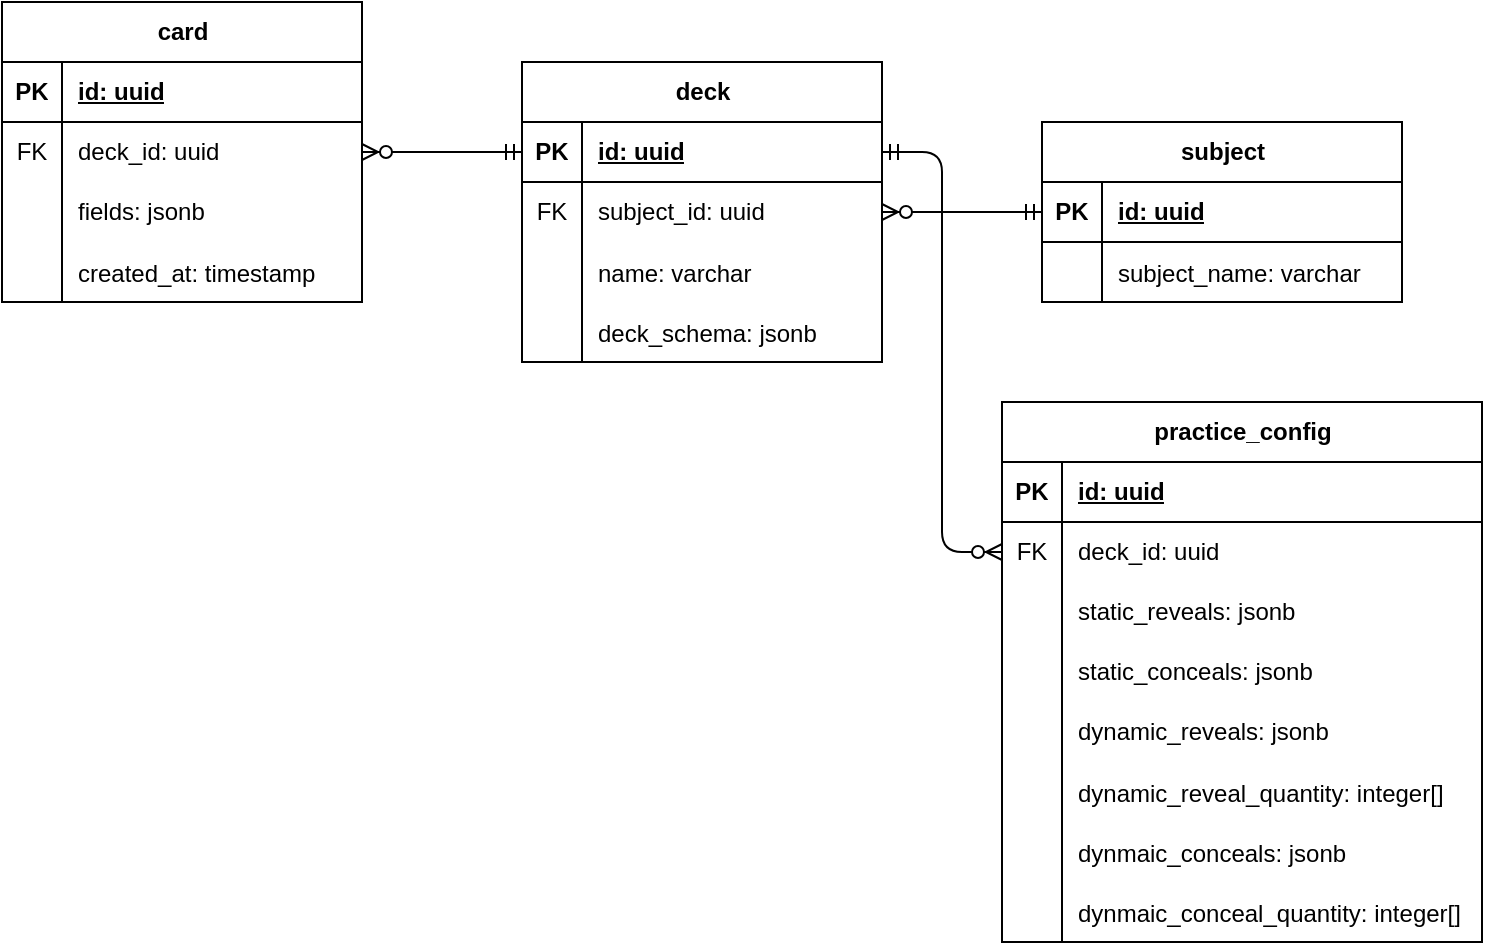
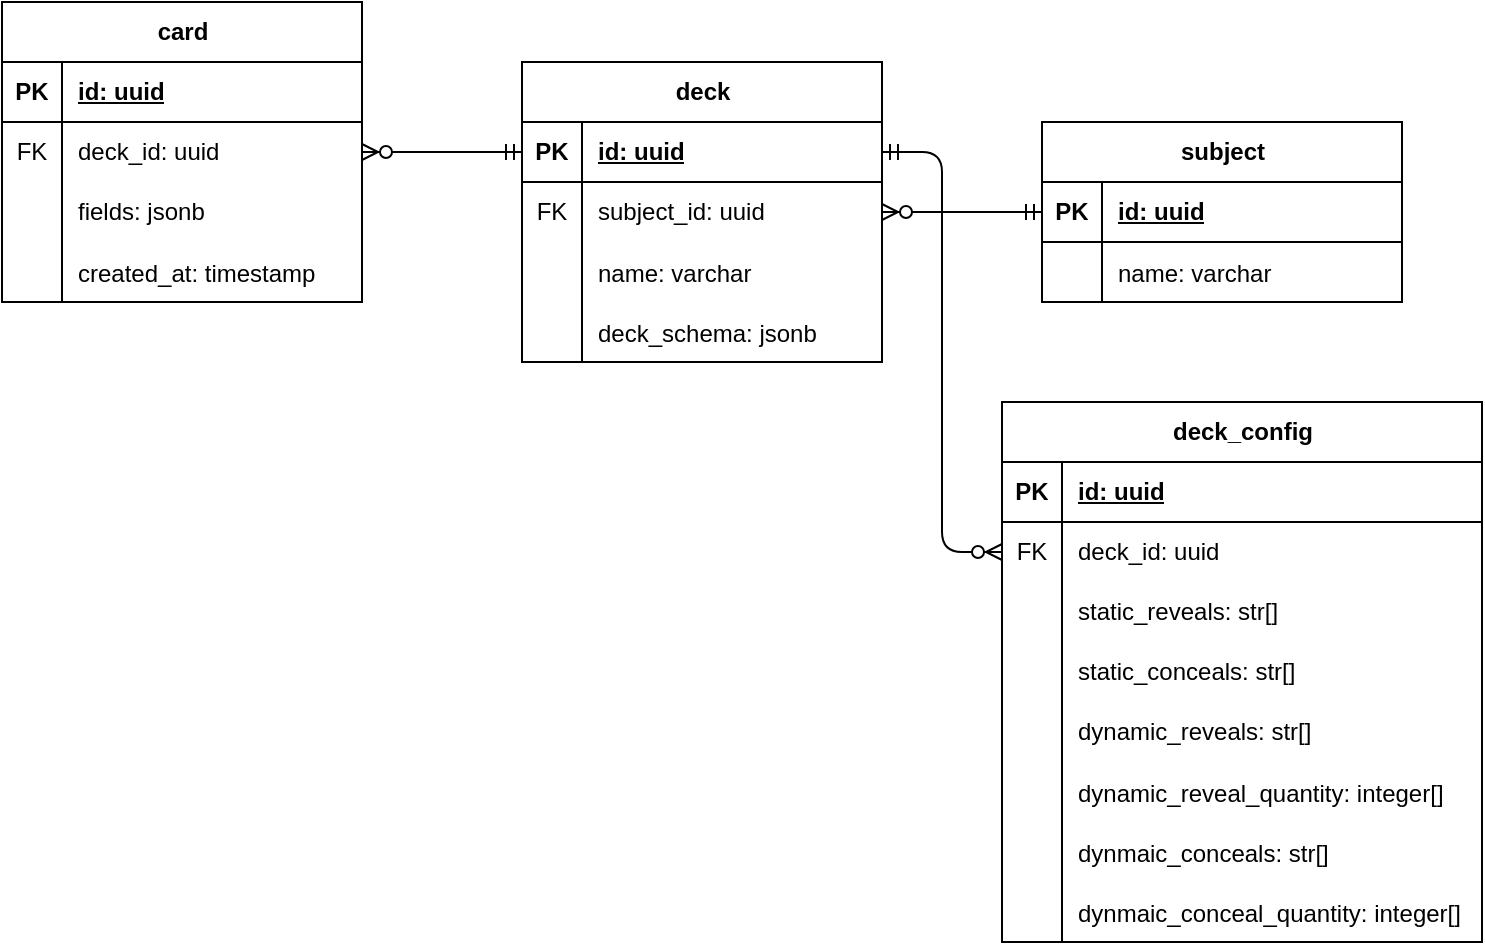
<mxfile host="65bd71144e">
    <diagram name="Page-1" id="E77Z4vSiBEVu_ntfNBje">
-         <mxGraphModel dx="786" dy="490" grid="1" gridSize="10" guides="1" tooltips="1" connect="1" arrows="1" fold="1" page="1" pageScale="1" pageWidth="850" pageHeight="1100" math="0" shadow="0">
+         <mxGraphModel dx="666" dy="395" grid="1" gridSize="10" guides="1" tooltips="1" connect="1" arrows="1" fold="1" page="1" pageScale="1" pageWidth="850" pageHeight="1100" math="0" shadow="0">
            <root>
                <mxCell id="0"/>
                <mxCell id="1" parent="0"/>
                <mxCell id="a0jAnDUGsL0N-l5X0XVK-1" value="card" style="shape=table;startSize=30;container=1;collapsible=1;childLayout=tableLayout;fixedRows=1;rowLines=0;fontStyle=1;align=center;resizeLast=1;html=1;" parent="1" vertex="1">
                    <mxGeometry y="80" width="180" height="150" as="geometry"/>
                </mxCell>
                <mxCell id="a0jAnDUGsL0N-l5X0XVK-2" value="" style="shape=tableRow;horizontal=0;startSize=0;swimlaneHead=0;swimlaneBody=0;fillColor=none;collapsible=0;dropTarget=0;points=[[0,0.5],[1,0.5]];portConstraint=eastwest;top=0;left=0;right=0;bottom=1;" parent="a0jAnDUGsL0N-l5X0XVK-1" vertex="1">
                    <mxGeometry y="30" width="180" height="30" as="geometry"/>
                </mxCell>
                <mxCell id="a0jAnDUGsL0N-l5X0XVK-3" value="PK" style="shape=partialRectangle;connectable=0;fillColor=none;top=0;left=0;bottom=0;right=0;fontStyle=1;overflow=hidden;whiteSpace=wrap;html=1;" parent="a0jAnDUGsL0N-l5X0XVK-2" vertex="1">
                    <mxGeometry width="30" height="30" as="geometry">
                        <mxRectangle width="30" height="30" as="alternateBounds"/>
                    </mxGeometry>
                </mxCell>
                <mxCell id="a0jAnDUGsL0N-l5X0XVK-4" value="id: uuid" style="shape=partialRectangle;connectable=0;fillColor=none;top=0;left=0;bottom=0;right=0;align=left;spacingLeft=6;fontStyle=5;overflow=hidden;whiteSpace=wrap;html=1;" parent="a0jAnDUGsL0N-l5X0XVK-2" vertex="1">
                    <mxGeometry x="30" width="150" height="30" as="geometry">
                        <mxRectangle width="150" height="30" as="alternateBounds"/>
                    </mxGeometry>
                </mxCell>
                <mxCell id="a0jAnDUGsL0N-l5X0XVK-39" value="" style="shape=tableRow;horizontal=0;startSize=0;swimlaneHead=0;swimlaneBody=0;fillColor=none;collapsible=0;dropTarget=0;points=[[0,0.5],[1,0.5]];portConstraint=eastwest;top=0;left=0;right=0;bottom=0;" parent="a0jAnDUGsL0N-l5X0XVK-1" vertex="1">
                    <mxGeometry y="60" width="180" height="30" as="geometry"/>
                </mxCell>
                <mxCell id="a0jAnDUGsL0N-l5X0XVK-40" value="FK" style="shape=partialRectangle;connectable=0;fillColor=none;top=0;left=0;bottom=0;right=0;fontStyle=0;overflow=hidden;whiteSpace=wrap;html=1;" parent="a0jAnDUGsL0N-l5X0XVK-39" vertex="1">
                    <mxGeometry width="30" height="30" as="geometry">
                        <mxRectangle width="30" height="30" as="alternateBounds"/>
                    </mxGeometry>
                </mxCell>
                <mxCell id="a0jAnDUGsL0N-l5X0XVK-41" value="deck_id: uuid" style="shape=partialRectangle;connectable=0;fillColor=none;top=0;left=0;bottom=0;right=0;align=left;spacingLeft=6;fontStyle=0;overflow=hidden;whiteSpace=wrap;html=1;" parent="a0jAnDUGsL0N-l5X0XVK-39" vertex="1">
                    <mxGeometry x="30" width="150" height="30" as="geometry">
                        <mxRectangle width="150" height="30" as="alternateBounds"/>
                    </mxGeometry>
                </mxCell>
                <mxCell id="a0jAnDUGsL0N-l5X0XVK-35" value="" style="shape=tableRow;horizontal=0;startSize=0;swimlaneHead=0;swimlaneBody=0;fillColor=none;collapsible=0;dropTarget=0;points=[[0,0.5],[1,0.5]];portConstraint=eastwest;top=0;left=0;right=0;bottom=0;" parent="a0jAnDUGsL0N-l5X0XVK-1" vertex="1">
                    <mxGeometry y="90" width="180" height="30" as="geometry"/>
                </mxCell>
                <mxCell id="a0jAnDUGsL0N-l5X0XVK-36" value="" style="shape=partialRectangle;connectable=0;fillColor=none;top=0;left=0;bottom=0;right=0;editable=1;overflow=hidden;whiteSpace=wrap;html=1;" parent="a0jAnDUGsL0N-l5X0XVK-35" vertex="1">
                    <mxGeometry width="30" height="30" as="geometry">
                        <mxRectangle width="30" height="30" as="alternateBounds"/>
                    </mxGeometry>
                </mxCell>
                <mxCell id="a0jAnDUGsL0N-l5X0XVK-37" value="fields: jsonb" style="shape=partialRectangle;connectable=0;fillColor=none;top=0;left=0;bottom=0;right=0;align=left;spacingLeft=6;overflow=hidden;whiteSpace=wrap;html=1;" parent="a0jAnDUGsL0N-l5X0XVK-35" vertex="1">
                    <mxGeometry x="30" width="150" height="30" as="geometry">
                        <mxRectangle width="150" height="30" as="alternateBounds"/>
                    </mxGeometry>
                </mxCell>
                <mxCell id="a0jAnDUGsL0N-l5X0XVK-70" value="" style="shape=tableRow;horizontal=0;startSize=0;swimlaneHead=0;swimlaneBody=0;fillColor=none;collapsible=0;dropTarget=0;points=[[0,0.5],[1,0.5]];portConstraint=eastwest;top=0;left=0;right=0;bottom=0;" parent="a0jAnDUGsL0N-l5X0XVK-1" vertex="1">
                    <mxGeometry y="120" width="180" height="30" as="geometry"/>
                </mxCell>
                <mxCell id="a0jAnDUGsL0N-l5X0XVK-71" value="" style="shape=partialRectangle;connectable=0;fillColor=none;top=0;left=0;bottom=0;right=0;editable=1;overflow=hidden;" parent="a0jAnDUGsL0N-l5X0XVK-70" vertex="1">
                    <mxGeometry width="30" height="30" as="geometry">
                        <mxRectangle width="30" height="30" as="alternateBounds"/>
                    </mxGeometry>
                </mxCell>
                <mxCell id="a0jAnDUGsL0N-l5X0XVK-72" value="created_at: timestamp" style="shape=partialRectangle;connectable=0;fillColor=none;top=0;left=0;bottom=0;right=0;align=left;spacingLeft=6;overflow=hidden;" parent="a0jAnDUGsL0N-l5X0XVK-70" vertex="1">
                    <mxGeometry x="30" width="150" height="30" as="geometry">
                        <mxRectangle width="150" height="30" as="alternateBounds"/>
                    </mxGeometry>
                </mxCell>
                <mxCell id="a0jAnDUGsL0N-l5X0XVK-22" value="deck" style="shape=table;startSize=30;container=1;collapsible=1;childLayout=tableLayout;fixedRows=1;rowLines=0;fontStyle=1;align=center;resizeLast=1;html=1;" parent="1" vertex="1">
                    <mxGeometry x="260" y="110" width="180" height="150" as="geometry"/>
                </mxCell>
                <mxCell id="a0jAnDUGsL0N-l5X0XVK-23" value="" style="shape=tableRow;horizontal=0;startSize=0;swimlaneHead=0;swimlaneBody=0;fillColor=none;collapsible=0;dropTarget=0;points=[[0,0.5],[1,0.5]];portConstraint=eastwest;top=0;left=0;right=0;bottom=1;" parent="a0jAnDUGsL0N-l5X0XVK-22" vertex="1">
                    <mxGeometry y="30" width="180" height="30" as="geometry"/>
                </mxCell>
                <mxCell id="a0jAnDUGsL0N-l5X0XVK-24" value="PK" style="shape=partialRectangle;connectable=0;fillColor=none;top=0;left=0;bottom=0;right=0;fontStyle=1;overflow=hidden;whiteSpace=wrap;html=1;" parent="a0jAnDUGsL0N-l5X0XVK-23" vertex="1">
                    <mxGeometry width="30" height="30" as="geometry">
                        <mxRectangle width="30" height="30" as="alternateBounds"/>
                    </mxGeometry>
                </mxCell>
                <mxCell id="a0jAnDUGsL0N-l5X0XVK-25" value="id: uuid" style="shape=partialRectangle;connectable=0;fillColor=none;top=0;left=0;bottom=0;right=0;align=left;spacingLeft=6;fontStyle=5;overflow=hidden;whiteSpace=wrap;html=1;" parent="a0jAnDUGsL0N-l5X0XVK-23" vertex="1">
                    <mxGeometry x="30" width="150" height="30" as="geometry">
                        <mxRectangle width="150" height="30" as="alternateBounds"/>
                    </mxGeometry>
                </mxCell>
                <mxCell id="a0jAnDUGsL0N-l5X0XVK-44" value="" style="shape=tableRow;horizontal=0;startSize=0;swimlaneHead=0;swimlaneBody=0;fillColor=none;collapsible=0;dropTarget=0;points=[[0,0.5],[1,0.5]];portConstraint=eastwest;top=0;left=0;right=0;bottom=0;" parent="a0jAnDUGsL0N-l5X0XVK-22" vertex="1">
                    <mxGeometry y="60" width="180" height="30" as="geometry"/>
                </mxCell>
                <mxCell id="a0jAnDUGsL0N-l5X0XVK-45" value="FK" style="shape=partialRectangle;connectable=0;fillColor=none;top=0;left=0;bottom=0;right=0;fontStyle=0;overflow=hidden;whiteSpace=wrap;html=1;" parent="a0jAnDUGsL0N-l5X0XVK-44" vertex="1">
                    <mxGeometry width="30" height="30" as="geometry">
                        <mxRectangle width="30" height="30" as="alternateBounds"/>
                    </mxGeometry>
                </mxCell>
                <mxCell id="a0jAnDUGsL0N-l5X0XVK-46" value="subject_id: uuid" style="shape=partialRectangle;connectable=0;fillColor=none;top=0;left=0;bottom=0;right=0;align=left;spacingLeft=6;fontStyle=0;overflow=hidden;whiteSpace=wrap;html=1;" parent="a0jAnDUGsL0N-l5X0XVK-44" vertex="1">
                    <mxGeometry x="30" width="150" height="30" as="geometry">
                        <mxRectangle width="150" height="30" as="alternateBounds"/>
                    </mxGeometry>
                </mxCell>
                <mxCell id="a0jAnDUGsL0N-l5X0XVK-62" value="" style="shape=tableRow;horizontal=0;startSize=0;swimlaneHead=0;swimlaneBody=0;fillColor=none;collapsible=0;dropTarget=0;points=[[0,0.5],[1,0.5]];portConstraint=eastwest;top=0;left=0;right=0;bottom=0;" parent="a0jAnDUGsL0N-l5X0XVK-22" vertex="1">
                    <mxGeometry y="90" width="180" height="30" as="geometry"/>
                </mxCell>
                <mxCell id="a0jAnDUGsL0N-l5X0XVK-63" value="" style="shape=partialRectangle;connectable=0;fillColor=none;top=0;left=0;bottom=0;right=0;editable=1;overflow=hidden;" parent="a0jAnDUGsL0N-l5X0XVK-62" vertex="1">
                    <mxGeometry width="30" height="30" as="geometry">
                        <mxRectangle width="30" height="30" as="alternateBounds"/>
                    </mxGeometry>
                </mxCell>
                <mxCell id="a0jAnDUGsL0N-l5X0XVK-64" value="name: varchar" style="shape=partialRectangle;connectable=0;fillColor=none;top=0;left=0;bottom=0;right=0;align=left;spacingLeft=6;overflow=hidden;" parent="a0jAnDUGsL0N-l5X0XVK-62" vertex="1">
                    <mxGeometry x="30" width="150" height="30" as="geometry">
                        <mxRectangle width="150" height="30" as="alternateBounds"/>
                    </mxGeometry>
                </mxCell>
                <mxCell id="3" value="" style="shape=tableRow;horizontal=0;startSize=0;swimlaneHead=0;swimlaneBody=0;fillColor=none;collapsible=0;dropTarget=0;points=[[0,0.5],[1,0.5]];portConstraint=eastwest;top=0;left=0;right=0;bottom=0;" parent="a0jAnDUGsL0N-l5X0XVK-22" vertex="1">
                    <mxGeometry y="120" width="180" height="30" as="geometry"/>
                </mxCell>
                <mxCell id="4" value="" style="shape=partialRectangle;connectable=0;fillColor=none;top=0;left=0;bottom=0;right=0;editable=1;overflow=hidden;" parent="3" vertex="1">
                    <mxGeometry width="30" height="30" as="geometry">
                        <mxRectangle width="30" height="30" as="alternateBounds"/>
                    </mxGeometry>
                </mxCell>
                <mxCell id="5" value="deck_schema: jsonb" style="shape=partialRectangle;connectable=0;fillColor=none;top=0;left=0;bottom=0;right=0;align=left;spacingLeft=6;overflow=hidden;" parent="3" vertex="1">
                    <mxGeometry x="30" width="150" height="30" as="geometry">
                        <mxRectangle width="150" height="30" as="alternateBounds"/>
                    </mxGeometry>
                </mxCell>
                <mxCell id="a0jAnDUGsL0N-l5X0XVK-47" value="subject" style="shape=table;startSize=30;container=1;collapsible=1;childLayout=tableLayout;fixedRows=1;rowLines=0;fontStyle=1;align=center;resizeLast=1;html=1;" parent="1" vertex="1">
                    <mxGeometry x="520" y="140" width="180" height="90" as="geometry"/>
                </mxCell>
                <mxCell id="a0jAnDUGsL0N-l5X0XVK-48" value="" style="shape=tableRow;horizontal=0;startSize=0;swimlaneHead=0;swimlaneBody=0;fillColor=none;collapsible=0;dropTarget=0;points=[[0,0.5],[1,0.5]];portConstraint=eastwest;top=0;left=0;right=0;bottom=1;" parent="a0jAnDUGsL0N-l5X0XVK-47" vertex="1">
                    <mxGeometry y="30" width="180" height="30" as="geometry"/>
                </mxCell>
                <mxCell id="a0jAnDUGsL0N-l5X0XVK-49" value="PK" style="shape=partialRectangle;connectable=0;fillColor=none;top=0;left=0;bottom=0;right=0;fontStyle=1;overflow=hidden;whiteSpace=wrap;html=1;" parent="a0jAnDUGsL0N-l5X0XVK-48" vertex="1">
                    <mxGeometry width="30" height="30" as="geometry">
                        <mxRectangle width="30" height="30" as="alternateBounds"/>
                    </mxGeometry>
                </mxCell>
                <mxCell id="a0jAnDUGsL0N-l5X0XVK-50" value="id: uuid" style="shape=partialRectangle;connectable=0;fillColor=none;top=0;left=0;bottom=0;right=0;align=left;spacingLeft=6;fontStyle=5;overflow=hidden;whiteSpace=wrap;html=1;" parent="a0jAnDUGsL0N-l5X0XVK-48" vertex="1">
                    <mxGeometry x="30" width="150" height="30" as="geometry">
                        <mxRectangle width="150" height="30" as="alternateBounds"/>
                    </mxGeometry>
                </mxCell>
                <mxCell id="a0jAnDUGsL0N-l5X0XVK-66" value="" style="shape=tableRow;horizontal=0;startSize=0;swimlaneHead=0;swimlaneBody=0;fillColor=none;collapsible=0;dropTarget=0;points=[[0,0.5],[1,0.5]];portConstraint=eastwest;top=0;left=0;right=0;bottom=0;" parent="a0jAnDUGsL0N-l5X0XVK-47" vertex="1">
                    <mxGeometry y="60" width="180" height="30" as="geometry"/>
                </mxCell>
                <mxCell id="a0jAnDUGsL0N-l5X0XVK-67" value="" style="shape=partialRectangle;connectable=0;fillColor=none;top=0;left=0;bottom=0;right=0;editable=1;overflow=hidden;" parent="a0jAnDUGsL0N-l5X0XVK-66" vertex="1">
                    <mxGeometry width="30" height="30" as="geometry">
                        <mxRectangle width="30" height="30" as="alternateBounds"/>
                    </mxGeometry>
                </mxCell>
-                 <mxCell id="a0jAnDUGsL0N-l5X0XVK-68" value="subject_name: varchar" style="shape=partialRectangle;connectable=0;fillColor=none;top=0;left=0;bottom=0;right=0;align=left;spacingLeft=6;overflow=hidden;" parent="a0jAnDUGsL0N-l5X0XVK-66" vertex="1">
-                     <mxGeometry x="30" width="150" height="30" as="geometry">
-                         <mxRectangle width="150" height="30" as="alternateBounds"/>
-                     </mxGeometry>
-                 </mxCell>
-                 <mxCell id="6" value="practice_config" style="shape=table;startSize=30;container=1;collapsible=1;childLayout=tableLayout;fixedRows=1;rowLines=0;fontStyle=1;align=center;resizeLast=1;html=1;" vertex="1" parent="1">
+                 <mxCell id="a0jAnDUGsL0N-l5X0XVK-68" value="name: varchar" style="shape=partialRectangle;connectable=0;fillColor=none;top=0;left=0;bottom=0;right=0;align=left;spacingLeft=6;overflow=hidden;" parent="a0jAnDUGsL0N-l5X0XVK-66" vertex="1">
+                     <mxGeometry x="30" width="150" height="30" as="geometry">
+                         <mxRectangle width="150" height="30" as="alternateBounds"/>
+                     </mxGeometry>
+                 </mxCell>
+                 <mxCell id="6" value="deck_config" style="shape=table;startSize=30;container=1;collapsible=1;childLayout=tableLayout;fixedRows=1;rowLines=0;fontStyle=1;align=center;resizeLast=1;html=1;" parent="1" vertex="1">
                    <mxGeometry x="500" y="280" width="240" height="270" as="geometry"/>
                </mxCell>
-                 <mxCell id="7" value="" style="shape=tableRow;horizontal=0;startSize=0;swimlaneHead=0;swimlaneBody=0;fillColor=none;collapsible=0;dropTarget=0;points=[[0,0.5],[1,0.5]];portConstraint=eastwest;top=0;left=0;right=0;bottom=1;" vertex="1" parent="6">
+                 <mxCell id="7" value="" style="shape=tableRow;horizontal=0;startSize=0;swimlaneHead=0;swimlaneBody=0;fillColor=none;collapsible=0;dropTarget=0;points=[[0,0.5],[1,0.5]];portConstraint=eastwest;top=0;left=0;right=0;bottom=1;" parent="6" vertex="1">
                    <mxGeometry y="30" width="240" height="30" as="geometry"/>
                </mxCell>
-                 <mxCell id="8" value="PK" style="shape=partialRectangle;connectable=0;fillColor=none;top=0;left=0;bottom=0;right=0;fontStyle=1;overflow=hidden;whiteSpace=wrap;html=1;" vertex="1" parent="7">
-                     <mxGeometry width="30" height="30" as="geometry">
-                         <mxRectangle width="30" height="30" as="alternateBounds"/>
-                     </mxGeometry>
-                 </mxCell>
-                 <mxCell id="9" value="id: uuid" style="shape=partialRectangle;connectable=0;fillColor=none;top=0;left=0;bottom=0;right=0;align=left;spacingLeft=6;fontStyle=5;overflow=hidden;whiteSpace=wrap;html=1;" vertex="1" parent="7">
-                     <mxGeometry x="30" width="210" height="30" as="geometry">
-                         <mxRectangle width="210" height="30" as="alternateBounds"/>
-                     </mxGeometry>
-                 </mxCell>
-                 <mxCell id="20" value="" style="shape=tableRow;horizontal=0;startSize=0;swimlaneHead=0;swimlaneBody=0;fillColor=none;collapsible=0;dropTarget=0;points=[[0,0.5],[1,0.5]];portConstraint=eastwest;top=0;left=0;right=0;bottom=0;" vertex="1" parent="6">
+                 <mxCell id="8" value="PK" style="shape=partialRectangle;connectable=0;fillColor=none;top=0;left=0;bottom=0;right=0;fontStyle=1;overflow=hidden;whiteSpace=wrap;html=1;" parent="7" vertex="1">
+                     <mxGeometry width="30" height="30" as="geometry">
+                         <mxRectangle width="30" height="30" as="alternateBounds"/>
+                     </mxGeometry>
+                 </mxCell>
+                 <mxCell id="9" value="id: uuid" style="shape=partialRectangle;connectable=0;fillColor=none;top=0;left=0;bottom=0;right=0;align=left;spacingLeft=6;fontStyle=5;overflow=hidden;whiteSpace=wrap;html=1;" parent="7" vertex="1">
+                     <mxGeometry x="30" width="210" height="30" as="geometry">
+                         <mxRectangle width="210" height="30" as="alternateBounds"/>
+                     </mxGeometry>
+                 </mxCell>
+                 <mxCell id="20" value="" style="shape=tableRow;horizontal=0;startSize=0;swimlaneHead=0;swimlaneBody=0;fillColor=none;collapsible=0;dropTarget=0;points=[[0,0.5],[1,0.5]];portConstraint=eastwest;top=0;left=0;right=0;bottom=0;" parent="6" vertex="1">
                    <mxGeometry y="60" width="240" height="30" as="geometry"/>
                </mxCell>
-                 <mxCell id="21" value="FK" style="shape=partialRectangle;connectable=0;fillColor=none;top=0;left=0;bottom=0;right=0;fontStyle=0;overflow=hidden;whiteSpace=wrap;html=1;" vertex="1" parent="20">
-                     <mxGeometry width="30" height="30" as="geometry">
-                         <mxRectangle width="30" height="30" as="alternateBounds"/>
-                     </mxGeometry>
-                 </mxCell>
-                 <mxCell id="22" value="deck_id: uuid" style="shape=partialRectangle;connectable=0;fillColor=none;top=0;left=0;bottom=0;right=0;align=left;spacingLeft=6;fontStyle=0;overflow=hidden;whiteSpace=wrap;html=1;" vertex="1" parent="20">
-                     <mxGeometry x="30" width="210" height="30" as="geometry">
-                         <mxRectangle width="210" height="30" as="alternateBounds"/>
-                     </mxGeometry>
-                 </mxCell>
-                 <mxCell id="10" value="" style="shape=tableRow;horizontal=0;startSize=0;swimlaneHead=0;swimlaneBody=0;fillColor=none;collapsible=0;dropTarget=0;points=[[0,0.5],[1,0.5]];portConstraint=eastwest;top=0;left=0;right=0;bottom=0;" vertex="1" parent="6">
+                 <mxCell id="21" value="FK" style="shape=partialRectangle;connectable=0;fillColor=none;top=0;left=0;bottom=0;right=0;fontStyle=0;overflow=hidden;whiteSpace=wrap;html=1;" parent="20" vertex="1">
+                     <mxGeometry width="30" height="30" as="geometry">
+                         <mxRectangle width="30" height="30" as="alternateBounds"/>
+                     </mxGeometry>
+                 </mxCell>
+                 <mxCell id="22" value="deck_id: uuid" style="shape=partialRectangle;connectable=0;fillColor=none;top=0;left=0;bottom=0;right=0;align=left;spacingLeft=6;fontStyle=0;overflow=hidden;whiteSpace=wrap;html=1;" parent="20" vertex="1">
+                     <mxGeometry x="30" width="210" height="30" as="geometry">
+                         <mxRectangle width="210" height="30" as="alternateBounds"/>
+                     </mxGeometry>
+                 </mxCell>
+                 <mxCell id="10" value="" style="shape=tableRow;horizontal=0;startSize=0;swimlaneHead=0;swimlaneBody=0;fillColor=none;collapsible=0;dropTarget=0;points=[[0,0.5],[1,0.5]];portConstraint=eastwest;top=0;left=0;right=0;bottom=0;" parent="6" vertex="1">
                    <mxGeometry y="90" width="240" height="30" as="geometry"/>
                </mxCell>
-                 <mxCell id="11" value="" style="shape=partialRectangle;connectable=0;fillColor=none;top=0;left=0;bottom=0;right=0;editable=1;overflow=hidden;whiteSpace=wrap;html=1;" vertex="1" parent="10">
-                     <mxGeometry width="30" height="30" as="geometry">
-                         <mxRectangle width="30" height="30" as="alternateBounds"/>
-                     </mxGeometry>
-                 </mxCell>
-                 <mxCell id="12" value="static_reveals: jsonb" style="shape=partialRectangle;connectable=0;fillColor=none;top=0;left=0;bottom=0;right=0;align=left;spacingLeft=6;overflow=hidden;whiteSpace=wrap;html=1;" vertex="1" parent="10">
-                     <mxGeometry x="30" width="210" height="30" as="geometry">
-                         <mxRectangle width="210" height="30" as="alternateBounds"/>
-                     </mxGeometry>
-                 </mxCell>
-                 <mxCell id="13" value="" style="shape=tableRow;horizontal=0;startSize=0;swimlaneHead=0;swimlaneBody=0;fillColor=none;collapsible=0;dropTarget=0;points=[[0,0.5],[1,0.5]];portConstraint=eastwest;top=0;left=0;right=0;bottom=0;" vertex="1" parent="6">
+                 <mxCell id="11" value="" style="shape=partialRectangle;connectable=0;fillColor=none;top=0;left=0;bottom=0;right=0;editable=1;overflow=hidden;whiteSpace=wrap;html=1;" parent="10" vertex="1">
+                     <mxGeometry width="30" height="30" as="geometry">
+                         <mxRectangle width="30" height="30" as="alternateBounds"/>
+                     </mxGeometry>
+                 </mxCell>
+                 <mxCell id="12" value="static_reveals: str[]" style="shape=partialRectangle;connectable=0;fillColor=none;top=0;left=0;bottom=0;right=0;align=left;spacingLeft=6;overflow=hidden;whiteSpace=wrap;html=1;" parent="10" vertex="1">
+                     <mxGeometry x="30" width="210" height="30" as="geometry">
+                         <mxRectangle width="210" height="30" as="alternateBounds"/>
+                     </mxGeometry>
+                 </mxCell>
+                 <mxCell id="13" value="" style="shape=tableRow;horizontal=0;startSize=0;swimlaneHead=0;swimlaneBody=0;fillColor=none;collapsible=0;dropTarget=0;points=[[0,0.5],[1,0.5]];portConstraint=eastwest;top=0;left=0;right=0;bottom=0;" parent="6" vertex="1">
                    <mxGeometry y="120" width="240" height="30" as="geometry"/>
                </mxCell>
-                 <mxCell id="14" value="" style="shape=partialRectangle;connectable=0;fillColor=none;top=0;left=0;bottom=0;right=0;editable=1;overflow=hidden;whiteSpace=wrap;html=1;" vertex="1" parent="13">
-                     <mxGeometry width="30" height="30" as="geometry">
-                         <mxRectangle width="30" height="30" as="alternateBounds"/>
-                     </mxGeometry>
-                 </mxCell>
-                 <mxCell id="15" value="static_conceals: jsonb" style="shape=partialRectangle;connectable=0;fillColor=none;top=0;left=0;bottom=0;right=0;align=left;spacingLeft=6;overflow=hidden;whiteSpace=wrap;html=1;" vertex="1" parent="13">
-                     <mxGeometry x="30" width="210" height="30" as="geometry">
-                         <mxRectangle width="210" height="30" as="alternateBounds"/>
-                     </mxGeometry>
-                 </mxCell>
-                 <mxCell id="16" value="" style="shape=tableRow;horizontal=0;startSize=0;swimlaneHead=0;swimlaneBody=0;fillColor=none;collapsible=0;dropTarget=0;points=[[0,0.5],[1,0.5]];portConstraint=eastwest;top=0;left=0;right=0;bottom=0;" vertex="1" parent="6">
+                 <mxCell id="14" value="" style="shape=partialRectangle;connectable=0;fillColor=none;top=0;left=0;bottom=0;right=0;editable=1;overflow=hidden;whiteSpace=wrap;html=1;" parent="13" vertex="1">
+                     <mxGeometry width="30" height="30" as="geometry">
+                         <mxRectangle width="30" height="30" as="alternateBounds"/>
+                     </mxGeometry>
+                 </mxCell>
+                 <mxCell id="15" value="static_conceals: str[]" style="shape=partialRectangle;connectable=0;fillColor=none;top=0;left=0;bottom=0;right=0;align=left;spacingLeft=6;overflow=hidden;whiteSpace=wrap;html=1;" parent="13" vertex="1">
+                     <mxGeometry x="30" width="210" height="30" as="geometry">
+                         <mxRectangle width="210" height="30" as="alternateBounds"/>
+                     </mxGeometry>
+                 </mxCell>
+                 <mxCell id="16" value="" style="shape=tableRow;horizontal=0;startSize=0;swimlaneHead=0;swimlaneBody=0;fillColor=none;collapsible=0;dropTarget=0;points=[[0,0.5],[1,0.5]];portConstraint=eastwest;top=0;left=0;right=0;bottom=0;" parent="6" vertex="1">
                    <mxGeometry y="150" width="240" height="30" as="geometry"/>
                </mxCell>
-                 <mxCell id="17" value="" style="shape=partialRectangle;connectable=0;fillColor=none;top=0;left=0;bottom=0;right=0;editable=1;overflow=hidden;whiteSpace=wrap;html=1;" vertex="1" parent="16">
-                     <mxGeometry width="30" height="30" as="geometry">
-                         <mxRectangle width="30" height="30" as="alternateBounds"/>
-                     </mxGeometry>
-                 </mxCell>
-                 <mxCell id="18" value="dynamic_reveals: jsonb" style="shape=partialRectangle;connectable=0;fillColor=none;top=0;left=0;bottom=0;right=0;align=left;spacingLeft=6;overflow=hidden;whiteSpace=wrap;html=1;" vertex="1" parent="16">
-                     <mxGeometry x="30" width="210" height="30" as="geometry">
-                         <mxRectangle width="210" height="30" as="alternateBounds"/>
-                     </mxGeometry>
-                 </mxCell>
-                 <mxCell id="24" value="" style="shape=tableRow;horizontal=0;startSize=0;swimlaneHead=0;swimlaneBody=0;fillColor=none;collapsible=0;dropTarget=0;points=[[0,0.5],[1,0.5]];portConstraint=eastwest;top=0;left=0;right=0;bottom=0;" vertex="1" parent="6">
+                 <mxCell id="17" value="" style="shape=partialRectangle;connectable=0;fillColor=none;top=0;left=0;bottom=0;right=0;editable=1;overflow=hidden;whiteSpace=wrap;html=1;" parent="16" vertex="1">
+                     <mxGeometry width="30" height="30" as="geometry">
+                         <mxRectangle width="30" height="30" as="alternateBounds"/>
+                     </mxGeometry>
+                 </mxCell>
+                 <mxCell id="18" value="dynamic_reveals: str[]" style="shape=partialRectangle;connectable=0;fillColor=none;top=0;left=0;bottom=0;right=0;align=left;spacingLeft=6;overflow=hidden;whiteSpace=wrap;html=1;" parent="16" vertex="1">
+                     <mxGeometry x="30" width="210" height="30" as="geometry">
+                         <mxRectangle width="210" height="30" as="alternateBounds"/>
+                     </mxGeometry>
+                 </mxCell>
+                 <mxCell id="24" value="" style="shape=tableRow;horizontal=0;startSize=0;swimlaneHead=0;swimlaneBody=0;fillColor=none;collapsible=0;dropTarget=0;points=[[0,0.5],[1,0.5]];portConstraint=eastwest;top=0;left=0;right=0;bottom=0;" parent="6" vertex="1">
                    <mxGeometry y="180" width="240" height="30" as="geometry"/>
                </mxCell>
-                 <mxCell id="25" value="" style="shape=partialRectangle;connectable=0;fillColor=none;top=0;left=0;bottom=0;right=0;editable=1;overflow=hidden;" vertex="1" parent="24">
-                     <mxGeometry width="30" height="30" as="geometry">
-                         <mxRectangle width="30" height="30" as="alternateBounds"/>
-                     </mxGeometry>
-                 </mxCell>
-                 <mxCell id="26" value="dynamic_reveal_quantity: integer[]" style="shape=partialRectangle;connectable=0;fillColor=none;top=0;left=0;bottom=0;right=0;align=left;spacingLeft=6;overflow=hidden;" vertex="1" parent="24">
-                     <mxGeometry x="30" width="210" height="30" as="geometry">
-                         <mxRectangle width="210" height="30" as="alternateBounds"/>
-                     </mxGeometry>
-                 </mxCell>
-                 <mxCell id="29" value="" style="shape=tableRow;horizontal=0;startSize=0;swimlaneHead=0;swimlaneBody=0;fillColor=none;collapsible=0;dropTarget=0;points=[[0,0.5],[1,0.5]];portConstraint=eastwest;top=0;left=0;right=0;bottom=0;" vertex="1" parent="6">
+                 <mxCell id="25" value="" style="shape=partialRectangle;connectable=0;fillColor=none;top=0;left=0;bottom=0;right=0;editable=1;overflow=hidden;" parent="24" vertex="1">
+                     <mxGeometry width="30" height="30" as="geometry">
+                         <mxRectangle width="30" height="30" as="alternateBounds"/>
+                     </mxGeometry>
+                 </mxCell>
+                 <mxCell id="26" value="dynamic_reveal_quantity: integer[]" style="shape=partialRectangle;connectable=0;fillColor=none;top=0;left=0;bottom=0;right=0;align=left;spacingLeft=6;overflow=hidden;" parent="24" vertex="1">
+                     <mxGeometry x="30" width="210" height="30" as="geometry">
+                         <mxRectangle width="210" height="30" as="alternateBounds"/>
+                     </mxGeometry>
+                 </mxCell>
+                 <mxCell id="29" value="" style="shape=tableRow;horizontal=0;startSize=0;swimlaneHead=0;swimlaneBody=0;fillColor=none;collapsible=0;dropTarget=0;points=[[0,0.5],[1,0.5]];portConstraint=eastwest;top=0;left=0;right=0;bottom=0;" parent="6" vertex="1">
                    <mxGeometry y="210" width="240" height="30" as="geometry"/>
                </mxCell>
-                 <mxCell id="30" value="" style="shape=partialRectangle;connectable=0;fillColor=none;top=0;left=0;bottom=0;right=0;editable=1;overflow=hidden;" vertex="1" parent="29">
-                     <mxGeometry width="30" height="30" as="geometry">
-                         <mxRectangle width="30" height="30" as="alternateBounds"/>
-                     </mxGeometry>
-                 </mxCell>
-                 <mxCell id="31" value="dynmaic_conceals: jsonb" style="shape=partialRectangle;connectable=0;fillColor=none;top=0;left=0;bottom=0;right=0;align=left;spacingLeft=6;overflow=hidden;" vertex="1" parent="29">
-                     <mxGeometry x="30" width="210" height="30" as="geometry">
-                         <mxRectangle width="210" height="30" as="alternateBounds"/>
-                     </mxGeometry>
-                 </mxCell>
-                 <mxCell id="33" value="" style="shape=tableRow;horizontal=0;startSize=0;swimlaneHead=0;swimlaneBody=0;fillColor=none;collapsible=0;dropTarget=0;points=[[0,0.5],[1,0.5]];portConstraint=eastwest;top=0;left=0;right=0;bottom=0;" vertex="1" parent="6">
+                 <mxCell id="30" value="" style="shape=partialRectangle;connectable=0;fillColor=none;top=0;left=0;bottom=0;right=0;editable=1;overflow=hidden;" parent="29" vertex="1">
+                     <mxGeometry width="30" height="30" as="geometry">
+                         <mxRectangle width="30" height="30" as="alternateBounds"/>
+                     </mxGeometry>
+                 </mxCell>
+                 <mxCell id="31" value="dynmaic_conceals: str[]" style="shape=partialRectangle;connectable=0;fillColor=none;top=0;left=0;bottom=0;right=0;align=left;spacingLeft=6;overflow=hidden;" parent="29" vertex="1">
+                     <mxGeometry x="30" width="210" height="30" as="geometry">
+                         <mxRectangle width="210" height="30" as="alternateBounds"/>
+                     </mxGeometry>
+                 </mxCell>
+                 <mxCell id="33" value="" style="shape=tableRow;horizontal=0;startSize=0;swimlaneHead=0;swimlaneBody=0;fillColor=none;collapsible=0;dropTarget=0;points=[[0,0.5],[1,0.5]];portConstraint=eastwest;top=0;left=0;right=0;bottom=0;" parent="6" vertex="1">
                    <mxGeometry y="240" width="240" height="30" as="geometry"/>
                </mxCell>
-                 <mxCell id="34" value="" style="shape=partialRectangle;connectable=0;fillColor=none;top=0;left=0;bottom=0;right=0;editable=1;overflow=hidden;" vertex="1" parent="33">
-                     <mxGeometry width="30" height="30" as="geometry">
-                         <mxRectangle width="30" height="30" as="alternateBounds"/>
-                     </mxGeometry>
-                 </mxCell>
-                 <mxCell id="35" value="dynmaic_conceal_quantity: integer[]" style="shape=partialRectangle;connectable=0;fillColor=none;top=0;left=0;bottom=0;right=0;align=left;spacingLeft=6;overflow=hidden;" vertex="1" parent="33">
-                     <mxGeometry x="30" width="210" height="30" as="geometry">
-                         <mxRectangle width="210" height="30" as="alternateBounds"/>
-                     </mxGeometry>
-                 </mxCell>
-                 <mxCell id="41" value="" style="edgeStyle=entityRelationEdgeStyle;fontSize=12;html=1;endArrow=ERzeroToMany;startArrow=ERmandOne;entryX=0;entryY=0.5;entryDx=0;entryDy=0;exitX=1;exitY=0.5;exitDx=0;exitDy=0;" edge="1" parent="1" source="a0jAnDUGsL0N-l5X0XVK-23" target="20">
+                 <mxCell id="34" value="" style="shape=partialRectangle;connectable=0;fillColor=none;top=0;left=0;bottom=0;right=0;editable=1;overflow=hidden;" parent="33" vertex="1">
+                     <mxGeometry width="30" height="30" as="geometry">
+                         <mxRectangle width="30" height="30" as="alternateBounds"/>
+                     </mxGeometry>
+                 </mxCell>
+                 <mxCell id="35" value="dynmaic_conceal_quantity: integer[]" style="shape=partialRectangle;connectable=0;fillColor=none;top=0;left=0;bottom=0;right=0;align=left;spacingLeft=6;overflow=hidden;" parent="33" vertex="1">
+                     <mxGeometry x="30" width="210" height="30" as="geometry">
+                         <mxRectangle width="210" height="30" as="alternateBounds"/>
+                     </mxGeometry>
+                 </mxCell>
+                 <mxCell id="41" value="" style="edgeStyle=entityRelationEdgeStyle;fontSize=12;html=1;endArrow=ERzeroToMany;startArrow=ERmandOne;entryX=0;entryY=0.5;entryDx=0;entryDy=0;exitX=1;exitY=0.5;exitDx=0;exitDy=0;" parent="1" source="a0jAnDUGsL0N-l5X0XVK-23" target="20" edge="1">
                    <mxGeometry width="100" height="100" relative="1" as="geometry">
                        <mxPoint x="300" y="350" as="sourcePoint"/>
                        <mxPoint x="400" y="250" as="targetPoint"/>
                    </mxGeometry>
                </mxCell>
-                 <mxCell id="42" value="" style="edgeStyle=entityRelationEdgeStyle;fontSize=12;html=1;endArrow=ERzeroToMany;startArrow=ERmandOne;entryX=1;entryY=0.5;entryDx=0;entryDy=0;exitX=0;exitY=0.5;exitDx=0;exitDy=0;" edge="1" parent="1" source="a0jAnDUGsL0N-l5X0XVK-23" target="a0jAnDUGsL0N-l5X0XVK-39">
+                 <mxCell id="42" value="" style="edgeStyle=entityRelationEdgeStyle;fontSize=12;html=1;endArrow=ERzeroToMany;startArrow=ERmandOne;entryX=1;entryY=0.5;entryDx=0;entryDy=0;exitX=0;exitY=0.5;exitDx=0;exitDy=0;" parent="1" source="a0jAnDUGsL0N-l5X0XVK-23" target="a0jAnDUGsL0N-l5X0XVK-39" edge="1">
                    <mxGeometry width="100" height="100" relative="1" as="geometry">
                        <mxPoint x="300" y="350" as="sourcePoint"/>
                        <mxPoint x="220" y="250" as="targetPoint"/>
                    </mxGeometry>
                </mxCell>
-                 <mxCell id="43" value="" style="edgeStyle=entityRelationEdgeStyle;fontSize=12;html=1;endArrow=ERzeroToMany;startArrow=ERmandOne;entryX=1;entryY=0.5;entryDx=0;entryDy=0;exitX=0;exitY=0.5;exitDx=0;exitDy=0;" edge="1" parent="1" source="a0jAnDUGsL0N-l5X0XVK-48" target="a0jAnDUGsL0N-l5X0XVK-44">
+                 <mxCell id="43" value="" style="edgeStyle=entityRelationEdgeStyle;fontSize=12;html=1;endArrow=ERzeroToMany;startArrow=ERmandOne;entryX=1;entryY=0.5;entryDx=0;entryDy=0;exitX=0;exitY=0.5;exitDx=0;exitDy=0;" parent="1" source="a0jAnDUGsL0N-l5X0XVK-48" target="a0jAnDUGsL0N-l5X0XVK-44" edge="1">
                    <mxGeometry width="100" height="100" relative="1" as="geometry">
                        <mxPoint x="300" y="350" as="sourcePoint"/>
                        <mxPoint x="400" y="250" as="targetPoint"/>
                    </mxGeometry>
                </mxCell>
            </root>
        </mxGraphModel>
    </diagram>
</mxfile>